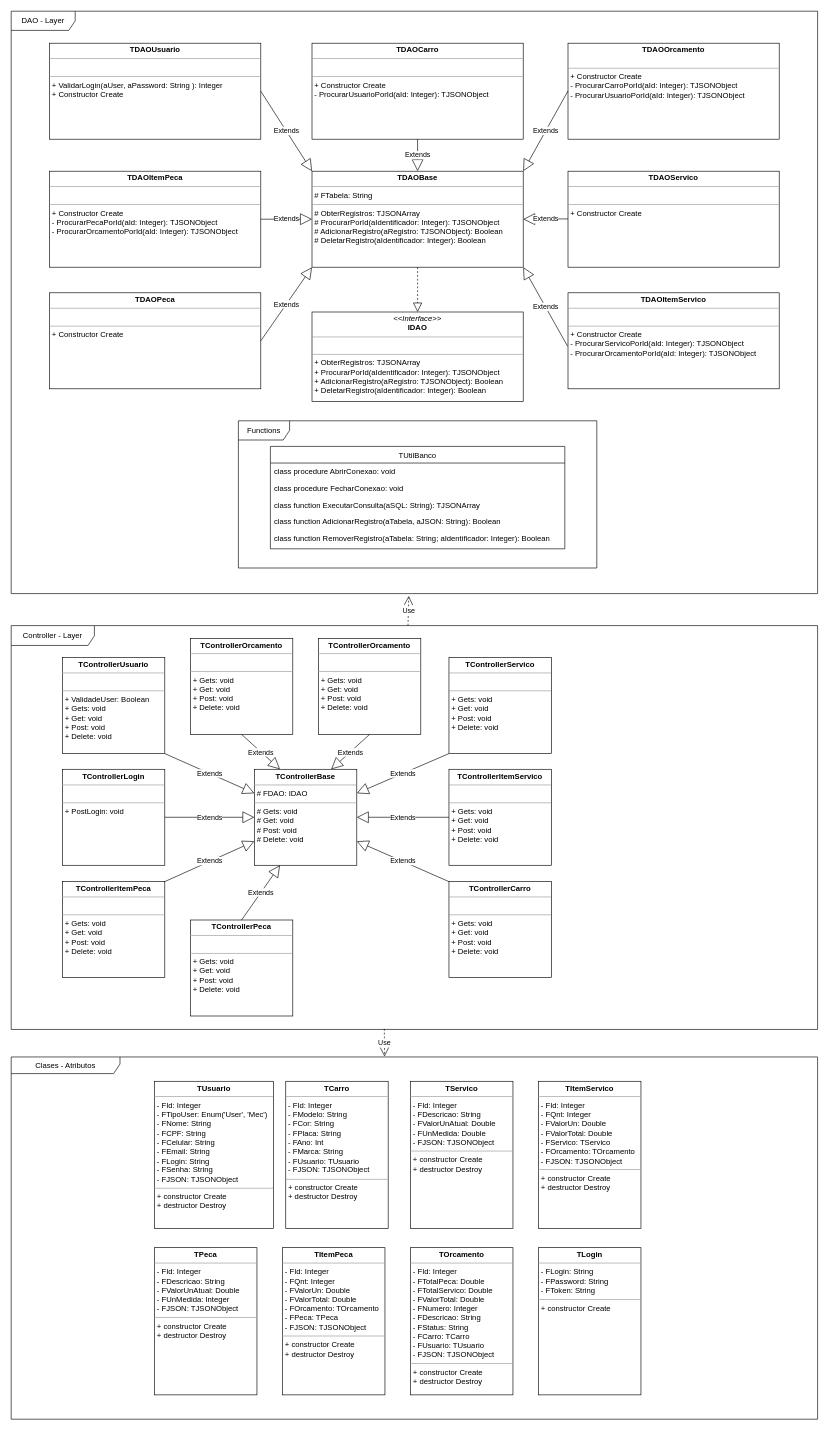
Earlier version of the draw.io diagram 3 - Arquitetura da Aplicação/Diagramas de Classes/BackEnd/Diagrama_Classe_BackEnd.drawio (JeanCarlosMoller/MecanicaLamborghini). Source tidied: cells renumbered, new cells numbered last; positions are measured from the earlier drawing's top-left corner, leaving out a move shared by most shapes. Both pictures are drawn from the tidied source at 64%, with x=0, y=0 at pixel (11, 11).
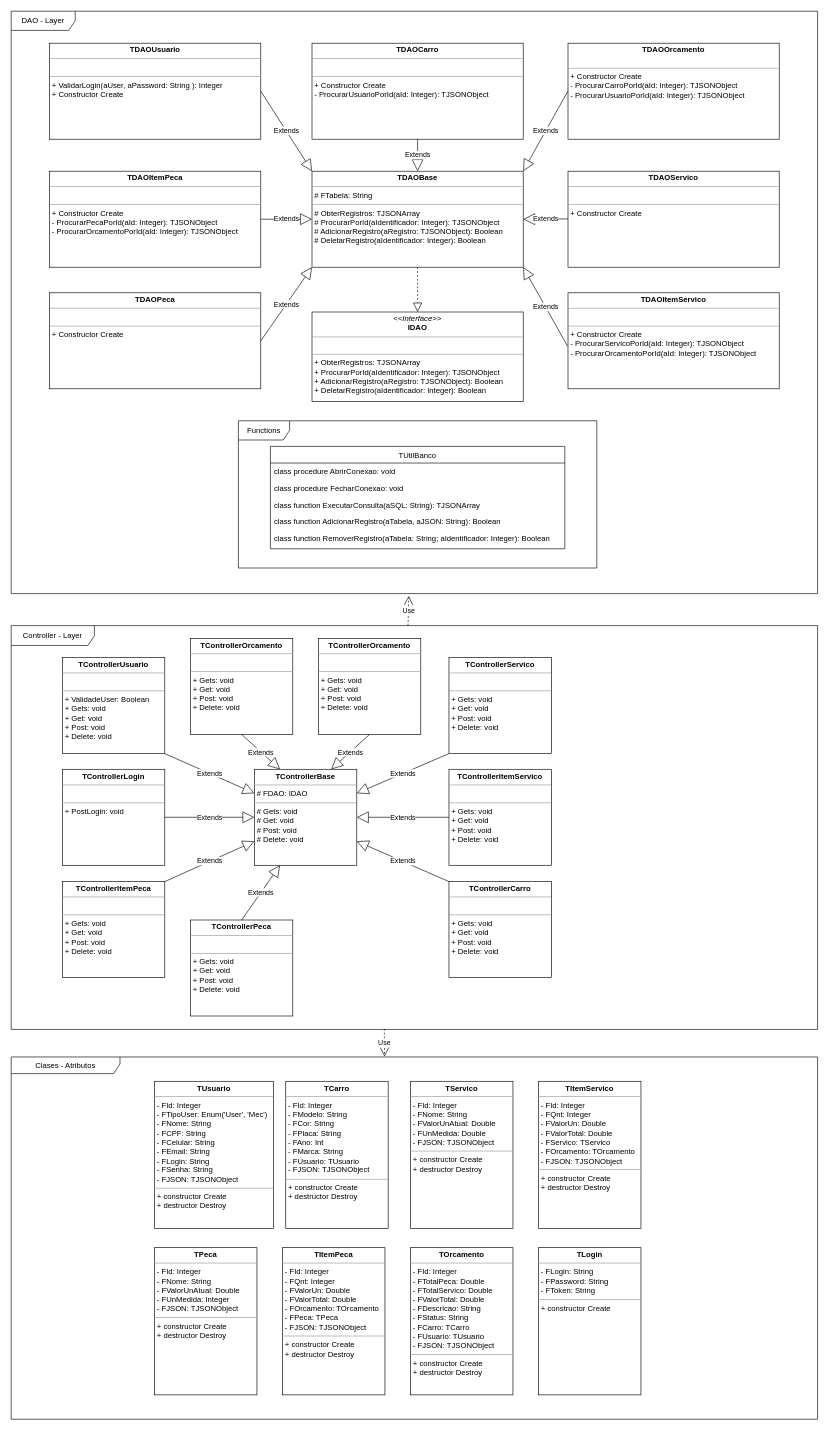
The same diagram, later.

What changed in the source:
```diff
@@
-    <mxCell id="50" value="&lt;p style=&quot;margin:0px;margin-top:4px;text-align:center;&quot;&gt;&lt;b&gt;TServico&lt;/b&gt;&lt;/p&gt;&lt;hr size=&quot;1&quot;&gt;&lt;p style=&quot;border-color: var(--border-color); margin: 0px 0px 0px 4px;&quot;&gt;- FId: Integer&lt;/p&gt;&lt;p style=&quot;border-color: var(--border-color); margin: 0px 0px 0px 4px;&quot;&gt;- FDescricao: String&lt;/p&gt;&lt;p style=&quot;border-color: var(--border-color); margin: 0px 0px 0px 4px;&quot;&gt;- FValorUnAtual: Double&lt;/p&gt;&lt;p style=&quot;border-color: var(--border-color); margin: 0px 0px 0px 4px;&quot;&gt;- FUnMedida: Double&lt;/p&gt;&lt;p style=&quot;border-color: var(--border-color); margin: 0px 0px 0px 4px;&quot;&gt;- FJSON: TJSONObject&lt;br&gt;&lt;/p&gt;&lt;hr size=&quot;1&quot;&gt;&lt;p style=&quot;border-color: var(--border-color); margin: 0px 0px 0px 4px;&quot;&gt;+ constructor Create&lt;/p&gt;&lt;p style=&quot;border-color: var(--border-color); margin: 0px 0px 0px 4px;&quot;&gt;+ destructor Destroy&lt;/p&gt;" style="verticalAlign=top;align=left;overflow=fill;fontSize=12;fontFamily=Helvetica;html=1;" parent="1" vertex="1">
+    <mxCell id="50" value="&lt;p style=&quot;margin:0px;margin-top:4px;text-align:center;&quot;&gt;&lt;b&gt;TServico&lt;/b&gt;&lt;/p&gt;&lt;hr size=&quot;1&quot;&gt;&lt;p style=&quot;border-color: var(--border-color); margin: 0px 0px 0px 4px;&quot;&gt;- FId: Integer&lt;/p&gt;&lt;p style=&quot;border-color: var(--border-color); margin: 0px 0px 0px 4px;&quot;&gt;- FNome: String&lt;/p&gt;&lt;p style=&quot;border-color: var(--border-color); margin: 0px 0px 0px 4px;&quot;&gt;- FValorUnAtual: Double&lt;/p&gt;&lt;p style=&quot;border-color: var(--border-color); margin: 0px 0px 0px 4px;&quot;&gt;- FUnMedida: Double&lt;/p&gt;&lt;p style=&quot;border-color: var(--border-color); margin: 0px 0px 0px 4px;&quot;&gt;- FJSON: TJSONObject&lt;br&gt;&lt;/p&gt;&lt;hr size=&quot;1&quot;&gt;&lt;p style=&quot;border-color: var(--border-color); margin: 0px 0px 0px 4px;&quot;&gt;+ constructor Create&lt;/p&gt;&lt;p style=&quot;border-color: var(--border-color); margin: 0px 0px 0px 4px;&quot;&gt;+ destructor Destroy&lt;/p&gt;" style="verticalAlign=top;align=left;overflow=fill;fontSize=12;fontFamily=Helvetica;html=1;" parent="1" vertex="1">
       <mxGeometry x="624" y="1672" width="160" height="230" as="geometry" />
     </mxCell>
@@
-    <mxCell id="52" value="&lt;p style=&quot;margin:0px;margin-top:4px;text-align:center;&quot;&gt;&lt;b&gt;TPeca&lt;/b&gt;&lt;/p&gt;&lt;hr size=&quot;1&quot;&gt;&lt;p style=&quot;border-color: var(--border-color); margin: 0px 0px 0px 4px;&quot;&gt;- FId: Integer&lt;/p&gt;&lt;p style=&quot;border-color: var(--border-color); margin: 0px 0px 0px 4px;&quot;&gt;- FDescricao: String&lt;/p&gt;&lt;p style=&quot;border-color: var(--border-color); margin: 0px 0px 0px 4px;&quot;&gt;- FValorUnAtual: Double&lt;/p&gt;&lt;p style=&quot;border-color: var(--border-color); margin: 0px 0px 0px 4px;&quot;&gt;- FUnMedida: Integer&lt;/p&gt;&lt;p style=&quot;border-color: var(--border-color); margin: 0px 0px 0px 4px;&quot;&gt;- FJSON: TJSONObject&lt;br&gt;&lt;/p&gt;&lt;hr size=&quot;1&quot;&gt;&lt;p style=&quot;border-color: var(--border-color); margin: 0px 0px 0px 4px;&quot;&gt;+ constructor Create&lt;/p&gt;&lt;p style=&quot;border-color: var(--border-color); margin: 0px 0px 0px 4px;&quot;&gt;+ destructor Destroy&lt;/p&gt;" style="verticalAlign=top;align=left;overflow=fill;fontSize=12;fontFamily=Helvetica;html=1;" parent="1" vertex="1">
+    <mxCell id="52" value="&lt;p style=&quot;margin:0px;margin-top:4px;text-align:center;&quot;&gt;&lt;b&gt;TPeca&lt;/b&gt;&lt;/p&gt;&lt;hr size=&quot;1&quot;&gt;&lt;p style=&quot;border-color: var(--border-color); margin: 0px 0px 0px 4px;&quot;&gt;- FId: Integer&lt;/p&gt;&lt;p style=&quot;border-color: var(--border-color); margin: 0px 0px 0px 4px;&quot;&gt;- FNome: String&lt;/p&gt;&lt;p style=&quot;border-color: var(--border-color); margin: 0px 0px 0px 4px;&quot;&gt;- FValorUnAtual: Double&lt;/p&gt;&lt;p style=&quot;border-color: var(--border-color); margin: 0px 0px 0px 4px;&quot;&gt;- FUnMedida: Integer&lt;/p&gt;&lt;p style=&quot;border-color: var(--border-color); margin: 0px 0px 0px 4px;&quot;&gt;- FJSON: TJSONObject&lt;br&gt;&lt;/p&gt;&lt;hr size=&quot;1&quot;&gt;&lt;p style=&quot;border-color: var(--border-color); margin: 0px 0px 0px 4px;&quot;&gt;+ constructor Create&lt;/p&gt;&lt;p style=&quot;border-color: var(--border-color); margin: 0px 0px 0px 4px;&quot;&gt;+ destructor Destroy&lt;/p&gt;" style="verticalAlign=top;align=left;overflow=fill;fontSize=12;fontFamily=Helvetica;html=1;" parent="1" vertex="1">
       <mxGeometry x="224" y="1932" width="160" height="230" as="geometry" />
     </mxCell>
@@
-    <mxCell id="55" value="&lt;p style=&quot;margin:0px;margin-top:4px;text-align:center;&quot;&gt;&lt;b&gt;TOrcamento&lt;/b&gt;&lt;/p&gt;&lt;hr size=&quot;1&quot;&gt;&lt;p style=&quot;border-color: var(--border-color); margin: 0px 0px 0px 4px;&quot;&gt;- FId: Integer&lt;/p&gt;&lt;p style=&quot;border-color: var(--border-color); margin: 0px 0px 0px 4px;&quot;&gt;- FTotalPeca: Double&lt;/p&gt;&lt;p style=&quot;border-color: var(--border-color); margin: 0px 0px 0px 4px;&quot;&gt;- FTotalServico: Double&lt;/p&gt;&lt;p style=&quot;border-color: var(--border-color); margin: 0px 0px 0px 4px;&quot;&gt;- FValorTotal: Double&lt;/p&gt;&lt;p style=&quot;border-color: var(--border-color); margin: 0px 0px 0px 4px;&quot;&gt;- FNumero: Integer&lt;/p&gt;&lt;p style=&quot;border-color: var(--border-color); margin: 0px 0px 0px 4px;&quot;&gt;- FDescricao: String&lt;/p&gt;&lt;p style=&quot;border-color: var(--border-color); margin: 0px 0px 0px 4px;&quot;&gt;- FStatus: String&lt;/p&gt;&lt;p style=&quot;border-color: var(--border-color); margin: 0px 0px 0px 4px;&quot;&gt;- FCarro: TCarro&lt;/p&gt;&lt;p style=&quot;border-color: var(--border-color); margin: 0px 0px 0px 4px;&quot;&gt;- FUsuario: TUsuario&lt;/p&gt;&lt;p style=&quot;border-color: var(--border-color); margin: 0px 0px 0px 4px;&quot;&gt;- FJSON: TJSONObject&lt;br&gt;&lt;/p&gt;&lt;hr size=&quot;1&quot;&gt;&lt;p style=&quot;border-color: var(--border-color); margin: 0px 0px 0px 4px;&quot;&gt;+ constructor Create&lt;/p&gt;&lt;p style=&quot;border-color: var(--border-color); margin: 0px 0px 0px 4px;&quot;&gt;+ destructor Destroy&lt;/p&gt;" style="verticalAlign=top;align=left;overflow=fill;fontSize=12;fontFamily=Helvetica;html=1;" parent="1" vertex="1">
+    <mxCell id="55" value="&lt;p style=&quot;margin:0px;margin-top:4px;text-align:center;&quot;&gt;&lt;b&gt;TOrcamento&lt;/b&gt;&lt;/p&gt;&lt;hr size=&quot;1&quot;&gt;&lt;p style=&quot;border-color: var(--border-color); margin: 0px 0px 0px 4px;&quot;&gt;- FId: Integer&lt;/p&gt;&lt;p style=&quot;border-color: var(--border-color); margin: 0px 0px 0px 4px;&quot;&gt;- FTotalPeca: Double&lt;/p&gt;&lt;p style=&quot;border-color: var(--border-color); margin: 0px 0px 0px 4px;&quot;&gt;- FTotalServico: Double&lt;/p&gt;&lt;p style=&quot;border-color: var(--border-color); margin: 0px 0px 0px 4px;&quot;&gt;- FValorTotal: Double&lt;/p&gt;&lt;p style=&quot;border-color: var(--border-color); margin: 0px 0px 0px 4px;&quot;&gt;- FDescricao: String&lt;/p&gt;&lt;p style=&quot;border-color: var(--border-color); margin: 0px 0px 0px 4px;&quot;&gt;- FStatus: String&lt;/p&gt;&lt;p style=&quot;border-color: var(--border-color); margin: 0px 0px 0px 4px;&quot;&gt;- FCarro: TCarro&lt;/p&gt;&lt;p style=&quot;border-color: var(--border-color); margin: 0px 0px 0px 4px;&quot;&gt;- FUsuario: TUsuario&lt;/p&gt;&lt;p style=&quot;border-color: var(--border-color); margin: 0px 0px 0px 4px;&quot;&gt;- FJSON: TJSONObject&lt;br&gt;&lt;/p&gt;&lt;hr size=&quot;1&quot;&gt;&lt;p style=&quot;border-color: var(--border-color); margin: 0px 0px 0px 4px;&quot;&gt;+ constructor Create&lt;/p&gt;&lt;p style=&quot;border-color: var(--border-color); margin: 0px 0px 0px 4px;&quot;&gt;+ destructor Destroy&lt;/p&gt;" style="verticalAlign=top;align=left;overflow=fill;fontSize=12;fontFamily=Helvetica;html=1;" parent="1" vertex="1">
       <mxGeometry x="624" y="1932" width="160" height="230" as="geometry" />
     </mxCell>
```
